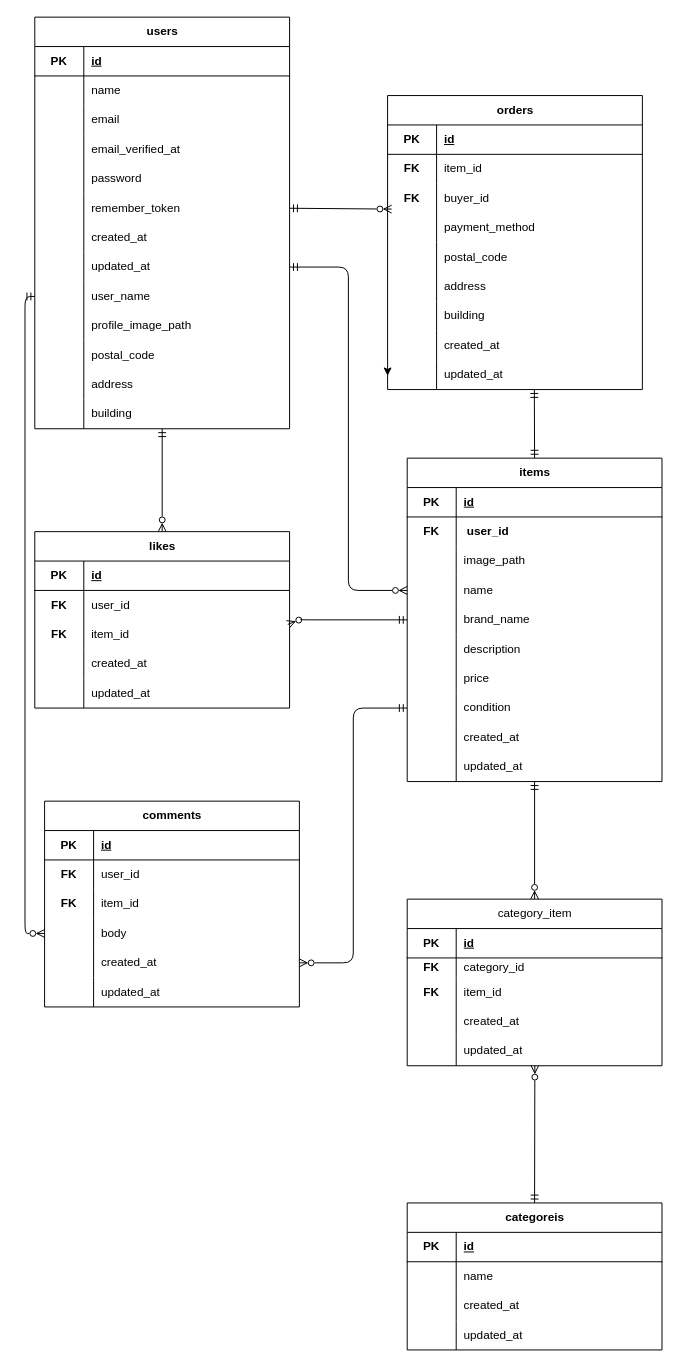
yuki-nakagawa-1021/fleamarket keeps this draw.io diagram as ER図.drawio. Above is the earlier version. Source tidied: cells renumbered, new cells numbered last; positions are measured from the earlier drawing's top-left corner, leaving out a move shared by most shapes. Both pictures are drawn from the tidied source at 98%, with x=0, y=0 at pixel (34, 17).
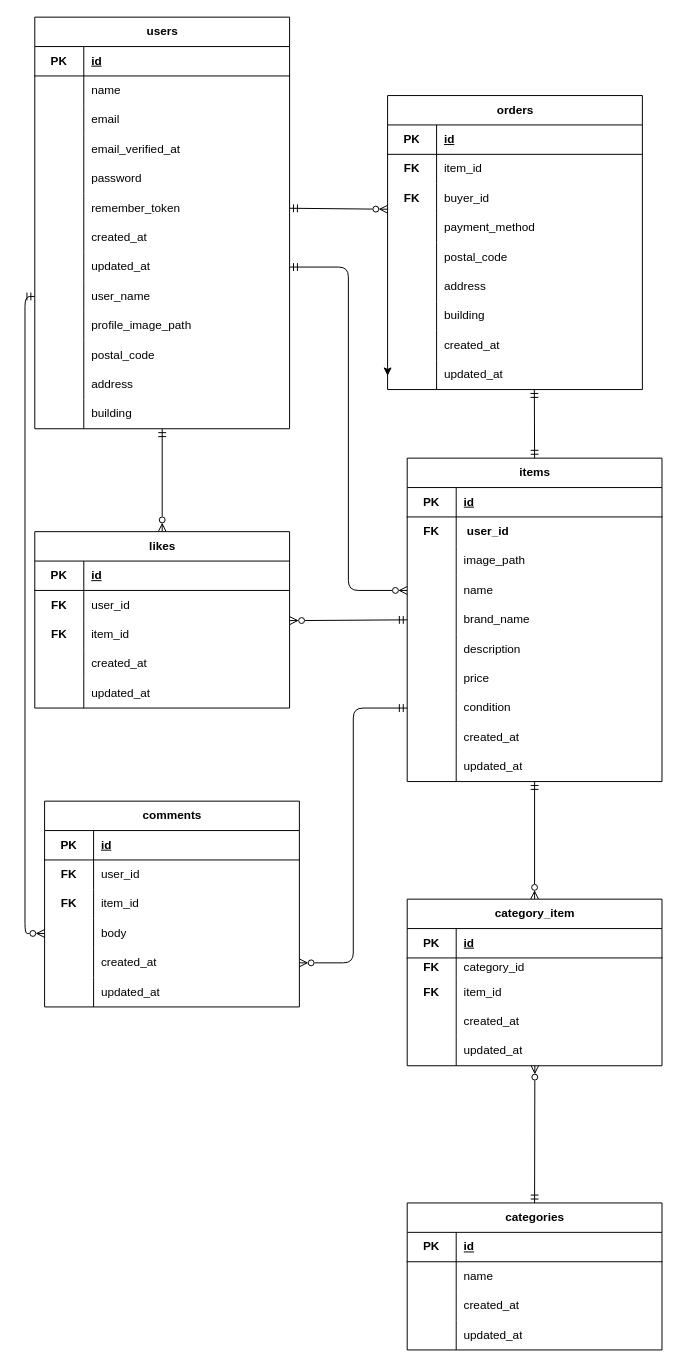
Above is the later version.

Commit message (it also covers changes not shown here):
ER図、README修正

The change refers to these unchanged cells:
```xml
<mxCell id="19" style="shape=tableRow;horizontal=0;startSize=0;swimlaneHead=0;swimlaneBody=0;fillColor=none;points=[[0,0.5],[1,0.5]];portConstraint=eastwest;top=0;left=0;right=0;bottom=0;" parent="3" vertex="1">
  <mxGeometry y="180" width="260" height="30" as="geometry" />
</mxCell>
<mxCell id="70" style="shape=tableRow;horizontal=0;startSize=0;swimlaneHead=0;swimlaneBody=0;fillColor=none;points=[[0,0.5],[1,0.5]];portConstraint=eastwest;top=0;left=0;right=0;bottom=0;" parent="57" vertex="1">
  <mxGeometry y="150" width="260" height="30" as="geometry" />
</mxCell>
<mxCell id="111" style="shape=tableRow;horizontal=0;startSize=0;swimlaneHead=0;swimlaneBody=0;fillColor=none;points=[[0,0.5],[1,0.5]];portConstraint=eastwest;top=0;left=0;right=0;bottom=0;" parent="104" vertex="1">
  <mxGeometry y="90" width="260" height="30" as="geometry" />
</mxCell>
<mxCell id="146" style="shape=tableRow;horizontal=0;startSize=0;swimlaneHead=0;swimlaneBody=0;fillColor=none;points=[[0,0.5],[1,0.5]];portConstraint=eastwest;top=0;left=0;right=0;bottom=0;" parent="139" vertex="1">
  <mxGeometry y="90" width="260" height="30" as="geometry" />
</mxCell>
```

Diff of the diagram source:
```diff
@@
-    <mxCell id="43" value="categoreis" style="shape=table;startSize=30;childLayout=tableLayout;rowLines=0;fontStyle=1;align=center;html=1;" parent="1" vertex="1">
+    <mxCell id="43" value="categories" style="shape=table;startSize=30;childLayout=tableLayout;rowLines=0;fontStyle=1;align=center;html=1;" parent="1" vertex="1">
       <mxGeometry x="380" y="1210" width="260" height="150" as="geometry" />
     </mxCell>
@@
-    <mxCell id="88" value="category_item" style="shape=table;startSize=30;childLayout=tableLayout;rowLines=0;fontStyle=0;align=center;html=1;" parent="1" vertex="1">
+    <mxCell id="88" value="category_item" style="shape=table;startSize=30;childLayout=tableLayout;rowLines=0;fontStyle=1;align=center;html=1;" parent="1" vertex="1">
       <mxGeometry x="380" y="900" width="260" height="170" as="geometry" />
     </mxCell>
@@
-    <mxCell id="168" style="html=1;exitX=0;exitY=0.5;exitDx=0;exitDy=0;startArrow=ERmandOne;startFill=0;endArrow=ERzeroToMany;endFill=0;entryX=0.993;entryY=0.154;entryDx=0;entryDy=0;entryPerimeter=0;" parent="1" edge="1" source="70" target="111">
-      <mxGeometry relative="1" as="geometry">
-        <Array as="points">
-          <mxPoint x="270" y="615" />
-        </Array>
-      </mxGeometry>
-    </mxCell>
@@
-    <mxCell id="172" style="edgeStyle=none;html=1;exitX=1;exitY=0.5;exitDx=0;exitDy=0;entryX=0.016;entryY=0.862;entryDx=0;entryDy=0;entryPerimeter=0;startArrow=ERmandOne;startFill=0;endArrow=ERzeroToMany;endFill=0;" parent="1" edge="1" source="19" target="146">
-      <mxGeometry relative="1" as="geometry" />
+    <mxCell id="172" style="edgeStyle=none;html=1;exitX=1;exitY=0.5;exitDx=0;exitDy=0;startArrow=ERmandOne;startFill=0;endArrow=ERzeroToMany;endFill=0;" parent="1" edge="1" source="19">
+      <mxGeometry relative="1" as="geometry">
+        <mxPoint x="360" y="196" as="targetPoint" />
+      </mxGeometry>
     </mxCell>
@@
+    <mxCell id="168" style="edgeStyle=none;html=1;exitX=0;exitY=0.5;exitDx=0;exitDy=0;entryX=1.001;entryY=0.026;entryDx=0;entryDy=0;entryPerimeter=0;startArrow=ERmandOne;startFill=0;endArrow=ERzeroToMany;endFill=0;" parent="1" edge="1" source="70" target="111">
+      <mxGeometry relative="1" as="geometry" />
+    </mxCell>
```
